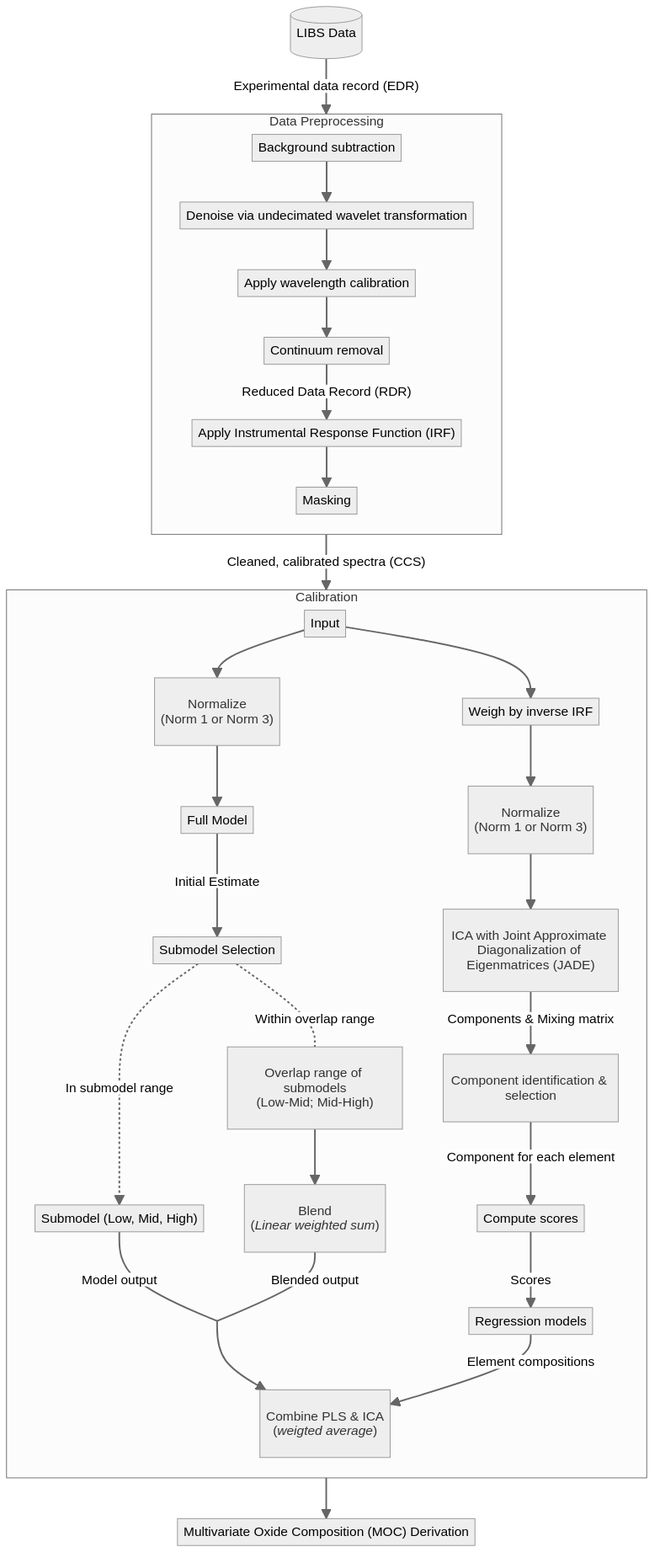
Before: report_pre_thesis/src/images/pipeline.png, a diagram exported from Mermaid (chhoumann/thesis-chemcam). Its source is kept beside it as report_pre_thesis/pipeline.mmd.
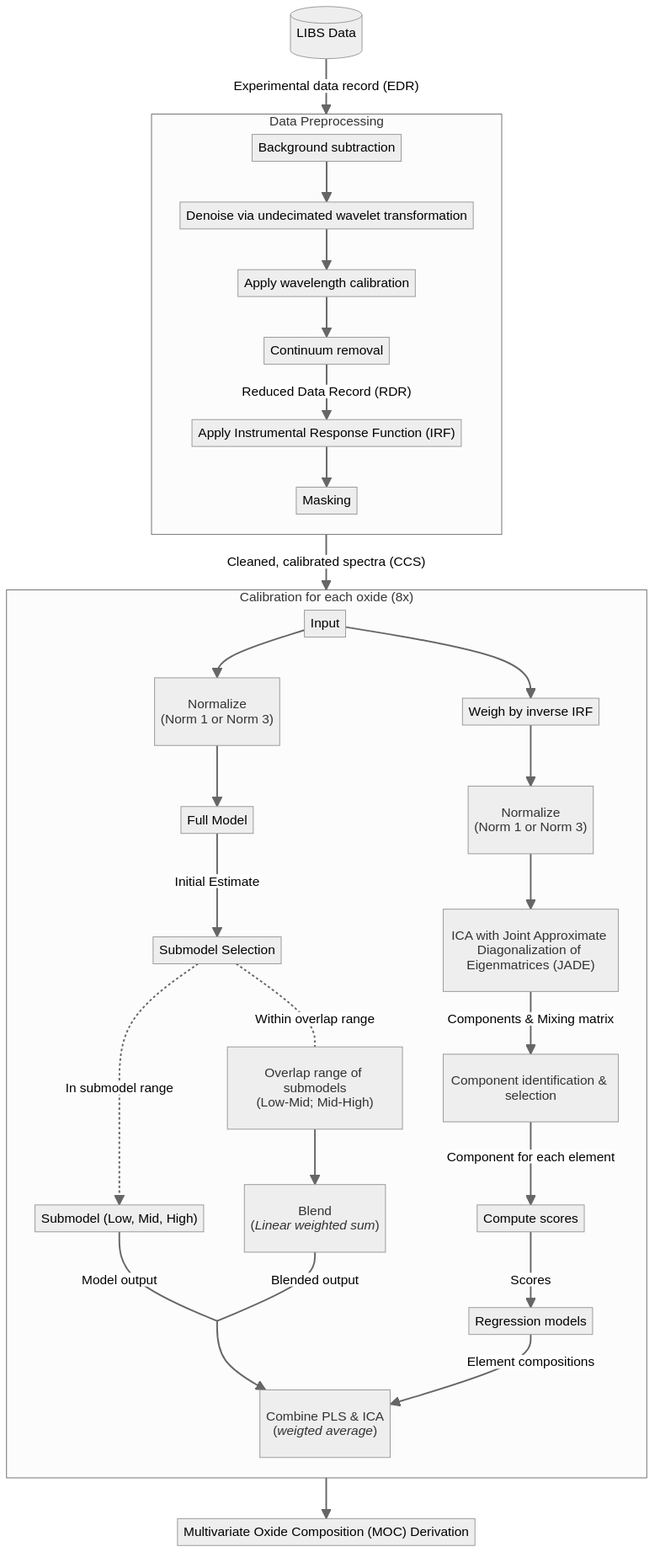
Later version of the same file.

Commit message:
pipeline diagram update to clarify we do calib for each of the 8 oxides

The edit, as a diff of the source:
```diff
@@ -10,7 +10,7 @@
 
     DP -->|"Cleaned, calibrated spectra (CCS)"| C
 
-    subgraph C["Calibration"]
+    subgraph C["Calibration for each oxide (8x)"]
         Input --> NOSM["`Normalize
         (Norm 1 or Norm 3)`"] --> F
         F[Full Model] --> |"Initial Estimate"| H[Submodel Selection]
```
